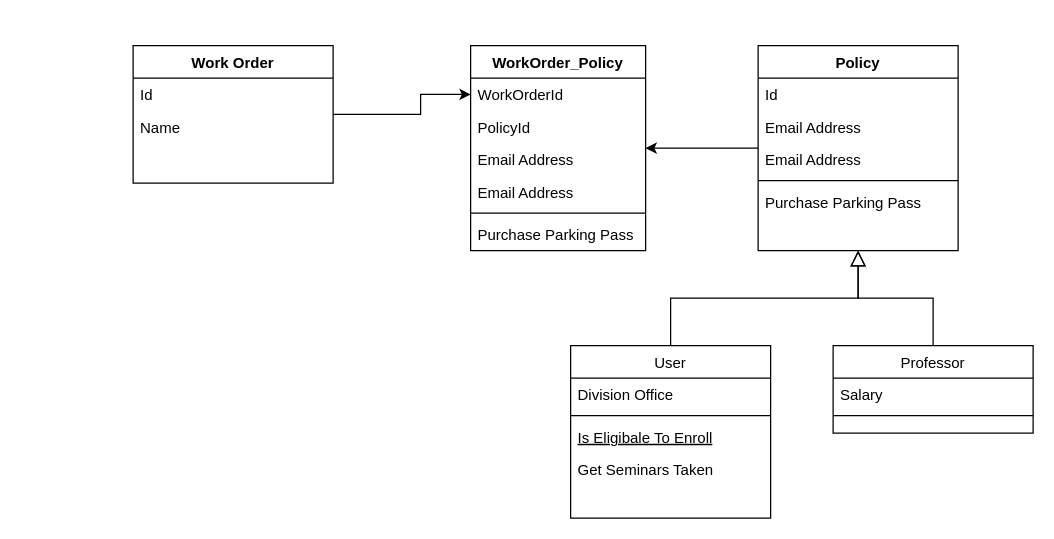
The draw.io diagram _draft/severityMatrix.drawio in z2/z2.github.io, before the edit. Source tidied: cells renumbered, new cells numbered last; positions are measured from the earlier drawing's top-left corner, leaving out a move shared by most shapes. Both pictures are drawn from the tidied source at 125%, with x=0, y=0 at pixel (132, 45).
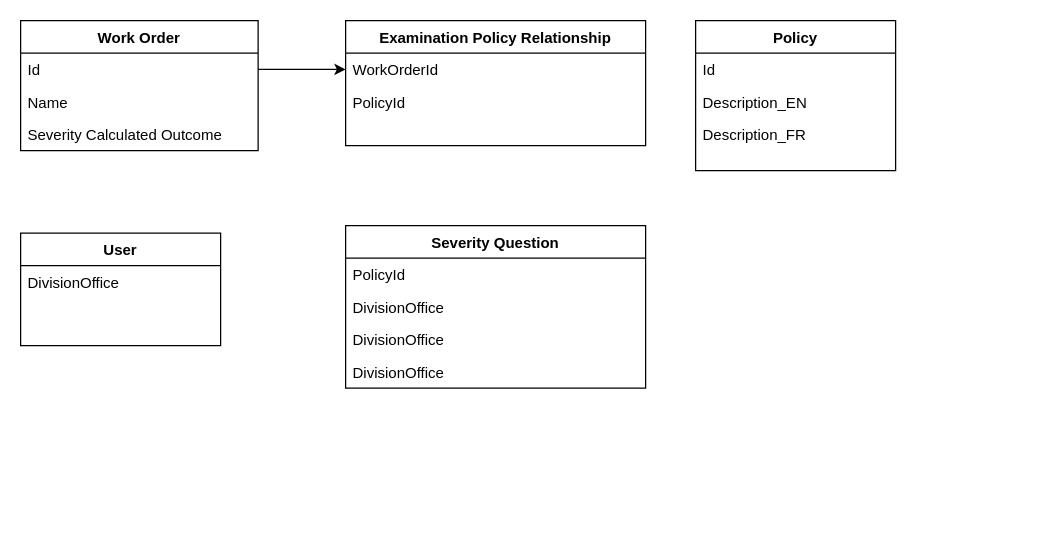
The same diagram, later.

What changed in the source:
```diff
@@
-    <mxCell id="2" style="edgeStyle=orthogonalEdgeStyle;rounded=0;jettySize=auto;html=1;" parent="1" edge="1" source="3" target="23">
-      <mxGeometry relative="1" as="geometry" />
-    </mxCell>
     <mxCell id="3" value="Policy" style="swimlane;fontStyle=1;align=center;verticalAlign=top;horizontal=1;startSize=26;rounded=0;shadow=0;strokeWidth=1;" parent="1" vertex="1">
-      <mxGeometry x="500" width="160" height="164" as="geometry" />
+      <mxGeometry x="450" y="-20" width="160" height="120" as="geometry" />
     </mxCell>
@@
-    <mxCell id="5" value="Email Address" style="text;align=left;verticalAlign=top;spacingLeft=4;spacingRight=4;overflow=hidden;rounded=0;shadow=0;html=0;" parent="3" vertex="1">
+    <mxCell id="5" value="Description_EN" style="text;align=left;verticalAlign=top;spacingLeft=4;spacingRight=4;overflow=hidden;rounded=0;shadow=0;html=0;" parent="3" vertex="1">
       <mxGeometry y="52" width="160" height="26" as="geometry" />
     </mxCell>
-    <mxCell id="6" value="Email Address" style="text;align=left;verticalAlign=top;spacingLeft=4;spacingRight=4;overflow=hidden;rounded=0;shadow=0;html=0;" parent="3" vertex="1">
-      <mxGeometry y="78" width="160" height="26" as="geometry" />
+    <mxCell id="6" value="Description_FR&#10;" style="text;align=left;verticalAlign=top;spacingLeft=4;spacingRight=4;overflow=hidden;rounded=0;shadow=0;html=0;" parent="3" vertex="1">
+      <mxGeometry y="78" width="160" height="24" as="geometry" />
     </mxCell>
-    <mxCell id="7" style="line;html=1;strokeWidth=1;align=left;verticalAlign=middle;spacingTop=-1;spacingLeft=3;spacingRight=3;labelPosition=right;" parent="3" vertex="1">
-      <mxGeometry y="104" width="160" height="8" as="geometry" />
-    </mxCell>
-    <mxCell id="8" value="Purchase Parking Pass" style="text;align=left;verticalAlign=top;spacingLeft=4;spacingRight=4;overflow=hidden;" parent="3" vertex="1">
-      <mxGeometry y="112" width="160" height="26" as="geometry" />
-    </mxCell>
-    <mxCell id="9" value="User&#10;" style="swimlane;fontStyle=0;align=center;verticalAlign=top;horizontal=1;startSize=26;rounded=0;shadow=0;strokeWidth=1;" parent="1" vertex="1">
-      <mxGeometry x="350" y="240" width="160" height="138" as="geometry" />
+    <mxCell id="9" value="User&#10;" style="swimlane;fontStyle=1;align=center;verticalAlign=top;horizontal=1;startSize=26;rounded=0;shadow=0;strokeWidth=1;" parent="1" vertex="1">
+      <mxGeometry x="-90" y="150" width="160" height="90" as="geometry" />
     </mxCell>
-    <mxCell id="10" value="Division Office" style="text;align=left;verticalAlign=top;spacingLeft=4;spacingRight=4;overflow=hidden;rounded=0;shadow=0;html=0;" parent="9" vertex="1">
+    <mxCell id="10" value="DivisionOffice" style="text;align=left;verticalAlign=top;spacingLeft=4;spacingRight=4;overflow=hidden;rounded=0;shadow=0;html=0;" parent="9" vertex="1">
       <mxGeometry y="26" width="160" height="26" as="geometry" />
     </mxCell>
-    <mxCell id="11" style="line;html=1;strokeWidth=1;align=left;verticalAlign=middle;spacingTop=-1;spacingLeft=3;spacingRight=3;labelPosition=right;" parent="9" vertex="1">
-      <mxGeometry y="52" width="160" height="8" as="geometry" />
-    </mxCell>
-    <mxCell id="12" value="Is Eligibale To Enroll" style="text;align=left;verticalAlign=top;spacingLeft=4;spacingRight=4;overflow=hidden;fontStyle=4;" parent="9" vertex="1">
-      <mxGeometry y="60" width="160" height="26" as="geometry" />
-    </mxCell>
-    <mxCell id="13" value="Get Seminars Taken" style="text;align=left;verticalAlign=top;spacingLeft=4;spacingRight=4;overflow=hidden;" parent="9" vertex="1">
-      <mxGeometry y="86" width="160" height="26" as="geometry" />
-    </mxCell>
-    <mxCell id="14" style="endArrow=block;endSize=10;endFill=0;shadow=0;strokeWidth=1;rounded=0;edgeStyle=elbowEdgeStyle;elbow=vertical;" parent="1" edge="1" source="9" target="3">
-      <mxGeometry relative="1" as="geometry" />
-    </mxCell>
-    <mxCell id="15" value="Professor" style="swimlane;fontStyle=0;align=center;verticalAlign=top;horizontal=1;startSize=26;rounded=0;shadow=0;strokeWidth=1;" parent="1" vertex="1">
-      <mxGeometry x="560" y="240" width="160" height="70" as="geometry" />
+    <mxCell id="15" value="Severity Question" style="swimlane;fontStyle=1;align=center;verticalAlign=top;horizontal=1;startSize=26;rounded=0;shadow=0;strokeWidth=1;" parent="1" vertex="1">
+      <mxGeometry x="170" y="144" width="240" height="130" as="geometry" />
     </mxCell>
-    <mxCell id="16" value="Salary" style="text;align=left;verticalAlign=top;spacingLeft=4;spacingRight=4;overflow=hidden;" parent="15" vertex="1">
-      <mxGeometry y="26" width="160" height="26" as="geometry" />
+    <mxCell id="16" value="PolicyId" style="text;align=left;verticalAlign=top;spacingLeft=4;spacingRight=4;overflow=hidden;" parent="15" vertex="1">
+      <mxGeometry y="26" width="240" height="26" as="geometry" />
     </mxCell>
-    <mxCell id="17" style="line;html=1;strokeWidth=1;align=left;verticalAlign=middle;spacingTop=-1;spacingLeft=3;spacingRight=3;labelPosition=right;" parent="15" vertex="1">
-      <mxGeometry y="52" width="160" height="8" as="geometry" />
-    </mxCell>
-    <mxCell id="18" style="endArrow=block;endSize=10;endFill=0;shadow=0;strokeWidth=1;rounded=0;edgeStyle=elbowEdgeStyle;elbow=vertical;" parent="1" edge="1" source="15" target="3">
-      <mxGeometry relative="1" as="geometry" />
-    </mxCell>
-    <mxCell id="19" style="edgeStyle=orthogonalEdgeStyle;rounded=0;jettySize=auto;html=1;" parent="1" edge="1" source="20" target="24">
-      <mxGeometry relative="1" as="geometry">
-        <Array as="points">
-          <mxPoint x="230" y="55" />
-        </Array>
-      </mxGeometry>
-    </mxCell>
+    <mxCell id="30" value="DivisionOffice" style="text;align=left;verticalAlign=top;spacingLeft=4;spacingRight=4;overflow=hidden;" parent="15" vertex="1">
+      <mxGeometry y="52" width="240" height="26" as="geometry" />
+    </mxCell>
+    <mxCell id="31" value="DivisionOffice" style="text;align=left;verticalAlign=top;spacingLeft=4;spacingRight=4;overflow=hidden;" parent="15" vertex="1">
+      <mxGeometry y="78" width="240" height="26" as="geometry" />
+    </mxCell>
+    <mxCell id="32" value="DivisionOffice" style="text;align=left;verticalAlign=top;spacingLeft=4;spacingRight=4;overflow=hidden;" parent="15" vertex="1">
+      <mxGeometry y="104" width="240" height="26" as="geometry" />
+    </mxCell>
     <mxCell id="20" value="Work Order" style="swimlane;fontStyle=1;align=center;verticalAlign=top;horizontal=1;startSize=26;rounded=0;shadow=0;strokeWidth=1;" parent="1" vertex="1">
-      <mxGeometry width="160" height="110" as="geometry" />
+      <mxGeometry x="-90" y="-20" width="190" height="104" as="geometry" />
     </mxCell>
     <mxCell id="21" value="Id" style="text;align=left;verticalAlign=top;spacingLeft=4;spacingRight=4;overflow=hidden;points=[[0,0.5],[1,0.5]];portConstraint=eastwest;rounded=0;shadow=0;html=0;" parent="20" vertex="1">
-      <mxGeometry y="26" width="160" height="26" as="geometry" />
+      <mxGeometry y="26" width="190" height="26" as="geometry" />
     </mxCell>
     <mxCell id="22" value="Name" style="text;align=left;verticalAlign=top;spacingLeft=4;spacingRight=4;overflow=hidden;rounded=0;shadow=0;html=0;" parent="20" vertex="1">
-      <mxGeometry y="52" width="160" height="26" as="geometry" />
+      <mxGeometry y="52" width="190" height="26" as="geometry" />
     </mxCell>
+    <mxCell id="33" value="Severity Calculated Outcome" style="text;align=left;verticalAlign=top;spacingLeft=4;spacingRight=4;overflow=hidden;rounded=0;shadow=0;html=0;" parent="20" vertex="1">
+      <mxGeometry y="78" width="190" height="26" as="geometry" />
+    </mxCell>
-    <mxCell id="23" value="WorkOrder_Policy" style="swimlane;fontStyle=1;align=center;verticalAlign=top;horizontal=1;startSize=26;rounded=0;shadow=0;strokeWidth=1;" parent="1" vertex="1">
-      <mxGeometry x="270" width="140" height="164" as="geometry" />
+    <mxCell id="23" value="Examination Policy Relationship" style="swimlane;fontStyle=1;align=center;verticalAlign=top;horizontal=1;startSize=26;rounded=0;shadow=0;strokeWidth=1;" parent="1" vertex="1">
+      <mxGeometry x="170" y="-20" width="240" height="100" as="geometry" />
     </mxCell>
     <mxCell id="24" value="WorkOrderId" style="text;align=left;verticalAlign=top;spacingLeft=4;spacingRight=4;overflow=hidden;points=[[0,0.5],[1,0.5]];portConstraint=eastwest;rounded=0;shadow=0;html=0;" parent="23" vertex="1">
-      <mxGeometry y="26" width="140" height="26" as="geometry" />
+      <mxGeometry y="26" width="240" height="26" as="geometry" />
     </mxCell>
     <mxCell id="25" value="PolicyId" style="text;align=left;verticalAlign=top;spacingLeft=4;spacingRight=4;overflow=hidden;rounded=0;shadow=0;html=0;" parent="23" vertex="1">
-      <mxGeometry y="52" width="140" height="26" as="geometry" />
+      <mxGeometry y="52" width="240" height="26" as="geometry" />
     </mxCell>
-    <mxCell id="26" value="Email Address" style="text;align=left;verticalAlign=top;spacingLeft=4;spacingRight=4;overflow=hidden;rounded=0;shadow=0;html=0;" parent="23" vertex="1">
-      <mxGeometry y="78" width="140" height="26" as="geometry" />
-    </mxCell>
-    <mxCell id="27" value="Email Address" style="text;align=left;verticalAlign=top;spacingLeft=4;spacingRight=4;overflow=hidden;rounded=0;shadow=0;html=0;" parent="23" vertex="1">
-      <mxGeometry y="104" width="140" height="26" as="geometry" />
-    </mxCell>
-    <mxCell id="28" style="line;html=1;strokeWidth=1;align=left;verticalAlign=middle;spacingTop=-1;spacingLeft=3;spacingRight=3;labelPosition=right;" parent="23" vertex="1">
-      <mxGeometry y="130" width="140" height="8" as="geometry" />
-    </mxCell>
-    <mxCell id="29" value="Purchase Parking Pass" style="text;align=left;verticalAlign=top;spacingLeft=4;spacingRight=4;overflow=hidden;" parent="23" vertex="1">
-      <mxGeometry y="138" width="140" height="26" as="geometry" />
-    </mxCell>
+    <mxCell id="34" style="edgeStyle=orthogonalEdgeStyle;rounded=0;jettySize=auto;html=1;" parent="1" edge="1" source="21" target="24">
+      <mxGeometry relative="1" as="geometry" />
+    </mxCell>
```
